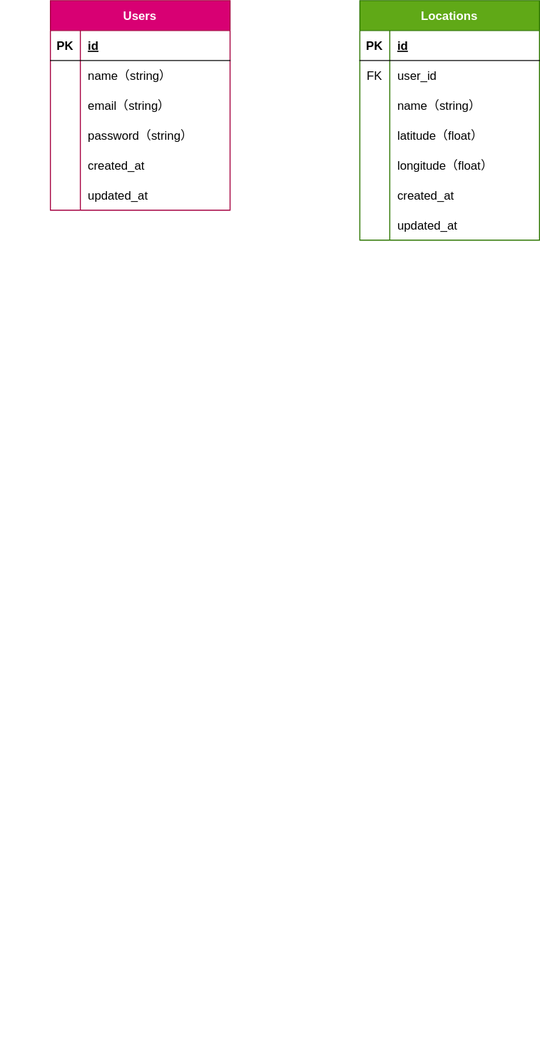
This is ER_diagram.drawio.svg from miki-hayashi-71/KABUNOMI, a draw.io export, as it was before one commit. Source tidied: cells renumbered, new cells last; positions are measured from the earlier drawing's top-left corner, leaving out a move shared by most shapes.
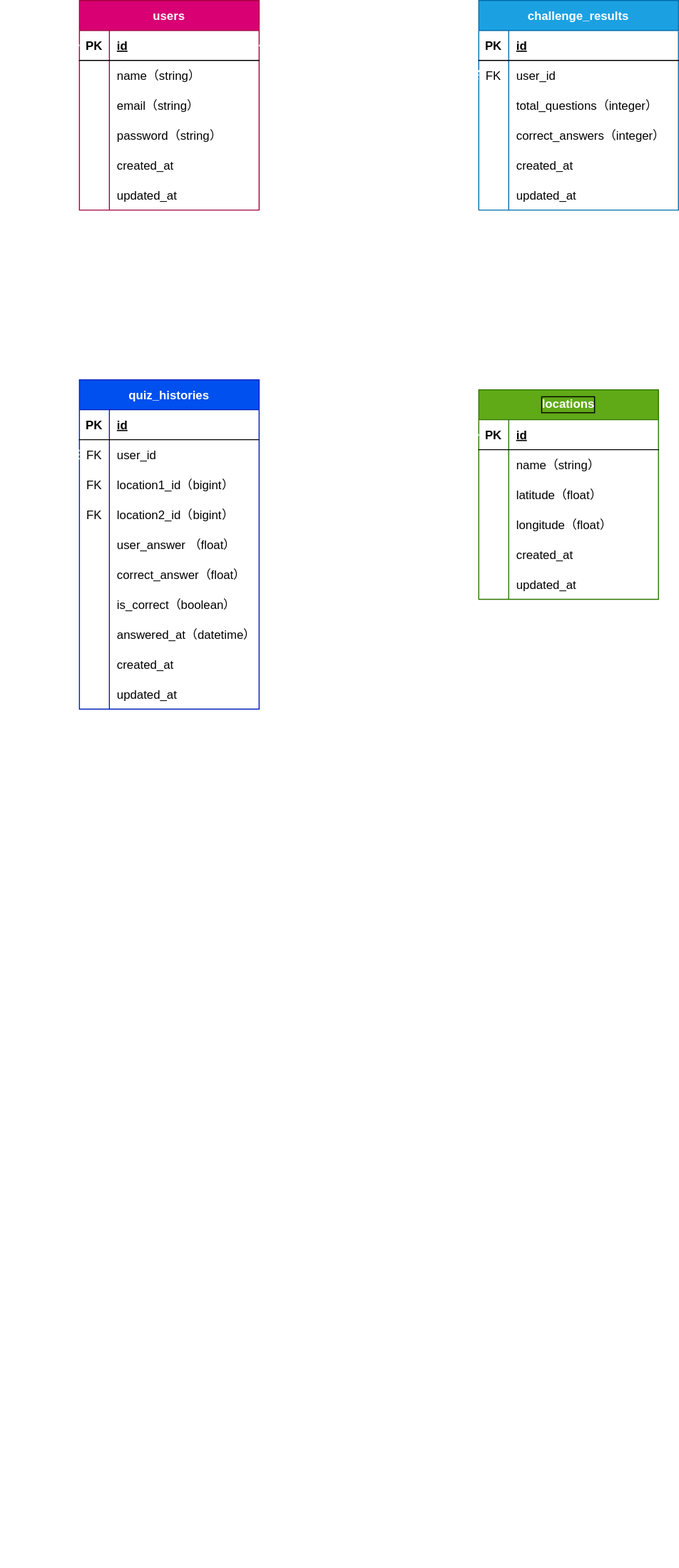
The same file after the commit.

Diff of the diagram source:
```diff
@@ -2,8 +2,8 @@
   <root>
     <mxCell id="0" />
     <mxCell id="1" parent="0" />
-    <mxCell id="2" value="Users" style="shape=table;startSize=30;rowLines=0;fontStyle=1;align=center;fillColor=#d80073;fontColor=#ffffff;strokeColor=#A50040;" parent="1" vertex="1">
-      <mxGeometry x="50" width="180" height="210" as="geometry" />
+    <mxCell id="2" value="users" style="shape=table;startSize=30;rowLines=0;fontStyle=1;align=center;fillColor=#d80073;strokeColor=#A50040;fontColor=#ffffff;" parent="1" vertex="1">
+      <mxGeometry x="30" y="-510" width="180" height="210" as="geometry" />
     </mxCell>
     <mxCell id="3" style="shape=tableRow;horizontal=0;startSize=0;swimlaneHead=0;swimlaneBody=0;fillColor=none;points=[[0,0.5],[1,0.5]];portConstraint=eastwest;top=0;left=0;right=0;bottom=1;" parent="2" vertex="1">
       <mxGeometry y="30" width="180" height="30" as="geometry" />
@@ -65,8 +65,8 @@
     <mxCell id="22" style="shape=partialRectangle;fillColor=none;top=0;left=0;bottom=0;right=0;overflow=hidden;" parent="1" vertex="1">
       <mxGeometry y="1030" width="30" height="30" as="geometry" />
     </mxCell>
-    <mxCell id="23" value="Locations" style="shape=table;startSize=30;rowLines=0;fontStyle=1;align=center;fillColor=#60a917;fontColor=#ffffff;strokeColor=#2D7600;" parent="1" vertex="1">
-      <mxGeometry x="360" width="180" height="240" as="geometry" />
+    <mxCell id="23" value="locations" style="shape=table;startSize=30;rowLines=0;fontStyle=1;align=center;fillColor=#60a917;strokeColor=#2D7600;whiteSpace=wrap;labelBorderColor=default;fontColor=#ffffff;" parent="1" vertex="1">
+      <mxGeometry x="430" y="-120" width="180" height="210" as="geometry" />
     </mxCell>
     <mxCell id="24" style="shape=tableRow;horizontal=0;startSize=0;swimlaneHead=0;swimlaneBody=0;fillColor=none;points=[[0,0.5],[1,0.5]];portConstraint=eastwest;top=0;left=0;right=0;bottom=1;" parent="23" vertex="1">
       <mxGeometry y="30" width="180" height="30" as="geometry" />
@@ -77,17 +77,8 @@
     <mxCell id="26" value="id" style="shape=partialRectangle;fillColor=none;top=0;left=0;bottom=0;right=0;align=left;spacingLeft=6;fontStyle=5;overflow=hidden;" parent="24" vertex="1">
       <mxGeometry x="30" width="150" height="30" as="geometry" />
     </mxCell>
-    <mxCell id="27" style="shape=tableRow;horizontal=0;startSize=0;swimlaneHead=0;swimlaneBody=0;fillColor=none;points=[[0,0.5],[1,0.5]];portConstraint=eastwest;top=0;left=0;right=0;bottom=0;" parent="23" vertex="1">
-      <mxGeometry y="60" width="180" height="30" as="geometry" />
-    </mxCell>
-    <mxCell id="28" value="FK" style="shape=partialRectangle;fillColor=none;top=0;left=0;bottom=0;right=0;overflow=hidden;" parent="27" vertex="1">
-      <mxGeometry width="30" height="30" as="geometry" />
-    </mxCell>
-    <mxCell id="29" value="user_id" style="shape=partialRectangle;fillColor=none;top=0;left=0;bottom=0;right=0;align=left;spacingLeft=6;overflow=hidden;" parent="27" vertex="1">
-      <mxGeometry x="30" width="150" height="30" as="geometry" />
-    </mxCell>
     <mxCell id="30" style="shape=tableRow;horizontal=0;startSize=0;swimlaneHead=0;swimlaneBody=0;fillColor=none;top=0;left=0;right=0;bottom=0;" parent="23" vertex="1">
-      <mxGeometry y="90" width="180" height="30" as="geometry" />
+      <mxGeometry y="60" width="180" height="30" as="geometry" />
     </mxCell>
     <mxCell id="31" style="shape=partialRectangle;fillColor=none;top=0;left=0;bottom=0;right=0;overflow=hidden;" parent="30" vertex="1">
       <mxGeometry width="30" height="30" as="geometry" />
@@ -96,7 +87,7 @@
       <mxGeometry x="30" width="150" height="30" as="geometry" />
     </mxCell>
     <mxCell id="33" style="shape=tableRow;horizontal=0;startSize=0;swimlaneHead=0;swimlaneBody=0;fillColor=none;top=0;left=0;right=0;bottom=0;" parent="23" vertex="1">
-      <mxGeometry y="120" width="180" height="30" as="geometry" />
+      <mxGeometry y="90" width="180" height="30" as="geometry" />
     </mxCell>
     <mxCell id="34" style="shape=partialRectangle;fillColor=none;top=0;left=0;bottom=0;right=0;overflow=hidden;" parent="33" vertex="1">
       <mxGeometry width="30" height="30" as="geometry" />
@@ -105,7 +96,7 @@
       <mxGeometry x="30" width="150" height="30" as="geometry" />
     </mxCell>
     <mxCell id="36" style="shape=tableRow;horizontal=0;startSize=0;swimlaneHead=0;swimlaneBody=0;fillColor=none;top=0;left=0;right=0;bottom=0;" parent="23" vertex="1">
-      <mxGeometry y="150" width="180" height="30" as="geometry" />
+      <mxGeometry y="120" width="180" height="30" as="geometry" />
     </mxCell>
     <mxCell id="37" style="shape=partialRectangle;fillColor=none;top=0;left=0;bottom=0;right=0;overflow=hidden;" parent="36" vertex="1">
       <mxGeometry width="30" height="30" as="geometry" />
@@ -114,7 +105,7 @@
       <mxGeometry x="30" width="150" height="30" as="geometry" />
     </mxCell>
     <mxCell id="39" style="shape=tableRow;horizontal=0;startSize=0;swimlaneHead=0;swimlaneBody=0;fillColor=none;top=0;left=0;right=0;bottom=0;" parent="23" vertex="1">
-      <mxGeometry y="180" width="180" height="30" as="geometry" />
+      <mxGeometry y="150" width="180" height="30" as="geometry" />
     </mxCell>
     <mxCell id="40" style="shape=partialRectangle;fillColor=none;top=0;left=0;bottom=0;right=0;overflow=hidden;" parent="39" vertex="1">
       <mxGeometry width="30" height="30" as="geometry" />
@@ -123,7 +114,7 @@
       <mxGeometry x="30" width="150" height="30" as="geometry" />
     </mxCell>
     <mxCell id="42" style="shape=tableRow;horizontal=0;startSize=0;swimlaneHead=0;swimlaneBody=0;fillColor=none;top=0;left=0;right=0;bottom=0;" parent="23" vertex="1">
-      <mxGeometry y="210" width="180" height="30" as="geometry" />
+      <mxGeometry y="180" width="180" height="30" as="geometry" />
     </mxCell>
     <mxCell id="43" style="shape=partialRectangle;fillColor=none;top=0;left=0;bottom=0;right=0;overflow=hidden;" parent="42" vertex="1">
       <mxGeometry width="30" height="30" as="geometry" />
@@ -131,5 +122,172 @@
     <mxCell id="44" value="updated_at" style="shape=partialRectangle;fillColor=none;top=0;left=0;bottom=0;right=0;align=left;spacingLeft=6;overflow=hidden;" parent="42" vertex="1">
       <mxGeometry x="30" width="150" height="30" as="geometry" />
     </mxCell>
+    <mxCell id="45" value="quiz_histories" style="shape=table;startSize=30;rowLines=0;fontStyle=1;align=center;fillColor=#0050ef;strokeColor=#001DBC;fontColor=#ffffff;" parent="1" vertex="1">
+      <mxGeometry x="30" y="-130" width="180" height="330" as="geometry" />
+    </mxCell>
+    <mxCell id="46" style="shape=tableRow;horizontal=0;startSize=0;swimlaneHead=0;swimlaneBody=0;fillColor=none;top=0;left=0;right=0;bottom=1;" parent="45" vertex="1">
+      <mxGeometry y="30" width="180" height="30" as="geometry" />
+    </mxCell>
+    <mxCell id="47" value="PK" style="shape=partialRectangle;fillColor=none;top=0;left=0;bottom=0;right=0;fontStyle=1;overflow=hidden;" parent="46" vertex="1">
+      <mxGeometry width="30" height="30" as="geometry" />
+    </mxCell>
+    <mxCell id="48" value="id" style="shape=partialRectangle;fillColor=none;top=0;left=0;bottom=0;right=0;align=left;spacingLeft=6;fontStyle=5;overflow=hidden;" parent="46" vertex="1">
+      <mxGeometry x="30" width="150" height="30" as="geometry" />
+    </mxCell>
+    <mxCell id="27" style="shape=tableRow;horizontal=0;startSize=0;swimlaneHead=0;swimlaneBody=0;fillColor=none;points=[[0,0.5],[1,0.5]];portConstraint=eastwest;top=0;left=0;right=0;bottom=0;" parent="45" vertex="1">
+      <mxGeometry y="60" width="180" height="30" as="geometry" />
+    </mxCell>
+    <mxCell id="49" value="FK" style="shape=partialRectangle;fillColor=none;top=0;left=0;bottom=0;right=0;overflow=hidden;" parent="27" vertex="1">
+      <mxGeometry width="30" height="30" as="geometry" />
+    </mxCell>
+    <mxCell id="29" value="user_id" style="shape=partialRectangle;fillColor=none;top=0;left=0;bottom=0;right=0;align=left;spacingLeft=6;overflow=hidden;" parent="27" vertex="1">
+      <mxGeometry x="30" width="150" height="30" as="geometry" />
+    </mxCell>
+    <mxCell id="50" style="shape=tableRow;horizontal=0;startSize=0;swimlaneHead=0;swimlaneBody=0;fillColor=none;points=[[0,0.5],[1,0.5]];portConstraint=eastwest;top=0;left=0;right=0;bottom=0;" parent="45" vertex="1">
+      <mxGeometry y="90" width="180" height="30" as="geometry" />
+    </mxCell>
+    <mxCell id="51" value="FK" style="shape=partialRectangle;fillColor=none;top=0;left=0;bottom=0;right=0;overflow=hidden;" parent="50" vertex="1">
+      <mxGeometry width="30" height="30" as="geometry" />
+    </mxCell>
+    <mxCell id="52" value="location1_id（bigint）" style="shape=partialRectangle;fillColor=none;top=0;left=0;bottom=0;right=0;align=left;spacingLeft=6;overflow=hidden;" parent="50" vertex="1">
+      <mxGeometry x="30" width="150" height="30" as="geometry" />
+    </mxCell>
+    <mxCell id="53" style="shape=tableRow;horizontal=0;startSize=0;swimlaneHead=0;swimlaneBody=0;fillColor=none;points=[[0,0.5],[1,0.5]];portConstraint=eastwest;top=0;left=0;right=0;bottom=0;" parent="45" vertex="1">
+      <mxGeometry y="120" width="180" height="30" as="geometry" />
+    </mxCell>
+    <mxCell id="54" value="FK" style="shape=partialRectangle;fillColor=none;top=0;left=0;bottom=0;right=0;overflow=hidden;" parent="53" vertex="1">
+      <mxGeometry width="30" height="30" as="geometry" />
+    </mxCell>
+    <mxCell id="55" value="location2_id（bigint）" style="shape=partialRectangle;fillColor=none;top=0;left=0;bottom=0;right=0;align=left;spacingLeft=6;overflow=hidden;" parent="53" vertex="1">
+      <mxGeometry x="30" width="150" height="30" as="geometry" />
+    </mxCell>
+    <mxCell id="56" style="shape=tableRow;horizontal=0;startSize=0;swimlaneHead=0;swimlaneBody=0;fillColor=none;top=0;left=0;right=0;bottom=0;" parent="45" vertex="1">
+      <mxGeometry y="150" width="180" height="30" as="geometry" />
+    </mxCell>
+    <mxCell id="57" style="shape=partialRectangle;fillColor=none;top=0;left=0;bottom=0;right=0;overflow=hidden;" parent="56" vertex="1">
+      <mxGeometry width="30" height="30" as="geometry" />
+    </mxCell>
+    <mxCell id="58" value="user_answer （float）" style="shape=partialRectangle;fillColor=none;top=0;left=0;bottom=0;right=0;align=left;spacingLeft=6;overflow=hidden;" parent="56" vertex="1">
+      <mxGeometry x="30" width="150" height="30" as="geometry" />
+    </mxCell>
+    <mxCell id="59" style="shape=tableRow;horizontal=0;startSize=0;swimlaneHead=0;swimlaneBody=0;fillColor=none;top=0;left=0;right=0;bottom=0;" parent="45" vertex="1">
+      <mxGeometry y="180" width="180" height="30" as="geometry" />
+    </mxCell>
+    <mxCell id="60" style="shape=partialRectangle;fillColor=none;top=0;left=0;bottom=0;right=0;overflow=hidden;" parent="59" vertex="1">
+      <mxGeometry width="30" height="30" as="geometry" />
+    </mxCell>
+    <mxCell id="61" value="correct_answer（float）" style="shape=partialRectangle;fillColor=none;top=0;left=0;bottom=0;right=0;align=left;spacingLeft=6;overflow=hidden;" parent="59" vertex="1">
+      <mxGeometry x="30" width="150" height="30" as="geometry" />
+    </mxCell>
+    <mxCell id="62" style="shape=tableRow;horizontal=0;startSize=0;swimlaneHead=0;swimlaneBody=0;fillColor=none;top=0;left=0;right=0;bottom=0;" parent="45" vertex="1">
+      <mxGeometry y="210" width="180" height="30" as="geometry" />
+    </mxCell>
+    <mxCell id="63" style="shape=partialRectangle;fillColor=none;top=0;left=0;bottom=0;right=0;overflow=hidden;" parent="62" vertex="1">
+      <mxGeometry width="30" height="30" as="geometry" />
+    </mxCell>
+    <mxCell id="64" value="is_correct（boolean）" style="shape=partialRectangle;fillColor=none;top=0;left=0;bottom=0;right=0;align=left;spacingLeft=6;overflow=hidden;" parent="62" vertex="1">
+      <mxGeometry x="30" width="150" height="30" as="geometry" />
+    </mxCell>
+    <mxCell id="65" style="shape=tableRow;horizontal=0;startSize=0;swimlaneHead=0;swimlaneBody=0;fillColor=none;top=0;left=0;right=0;bottom=0;" parent="45" vertex="1">
+      <mxGeometry y="240" width="180" height="30" as="geometry" />
+    </mxCell>
+    <mxCell id="66" style="shape=partialRectangle;fillColor=none;top=0;left=0;bottom=0;right=0;overflow=hidden;" parent="65" vertex="1">
+      <mxGeometry width="30" height="30" as="geometry" />
+    </mxCell>
+    <mxCell id="67" value="answered_at（datetime）" style="shape=partialRectangle;fillColor=none;top=0;left=0;bottom=0;right=0;align=left;spacingLeft=6;overflow=hidden;" parent="65" vertex="1">
+      <mxGeometry x="30" width="150" height="30" as="geometry" />
+    </mxCell>
+    <mxCell id="68" style="shape=tableRow;horizontal=0;startSize=0;swimlaneHead=0;swimlaneBody=0;fillColor=none;top=0;left=0;right=0;bottom=0;" parent="45" vertex="1">
+      <mxGeometry y="270" width="180" height="30" as="geometry" />
+    </mxCell>
+    <mxCell id="69" style="shape=partialRectangle;fillColor=none;top=0;left=0;bottom=0;right=0;overflow=hidden;" parent="68" vertex="1">
+      <mxGeometry width="30" height="30" as="geometry" />
+    </mxCell>
+    <mxCell id="70" value="created_at" style="shape=partialRectangle;fillColor=none;top=0;left=0;bottom=0;right=0;align=left;spacingLeft=6;overflow=hidden;" parent="68" vertex="1">
+      <mxGeometry x="30" width="150" height="30" as="geometry" />
+    </mxCell>
+    <mxCell id="71" style="shape=tableRow;horizontal=0;startSize=0;swimlaneHead=0;swimlaneBody=0;fillColor=none;top=0;left=0;right=0;bottom=0;" parent="45" vertex="1">
+      <mxGeometry y="300" width="180" height="30" as="geometry" />
+    </mxCell>
+    <mxCell id="72" style="shape=partialRectangle;fillColor=none;top=0;left=0;bottom=0;right=0;overflow=hidden;" parent="71" vertex="1">
+      <mxGeometry width="30" height="30" as="geometry" />
+    </mxCell>
+    <mxCell id="73" value="updated_at" style="shape=partialRectangle;fillColor=none;top=0;left=0;bottom=0;right=0;align=left;spacingLeft=6;overflow=hidden;" parent="71" vertex="1">
+      <mxGeometry x="30" width="150" height="30" as="geometry" />
+    </mxCell>
+    <mxCell id="74" value="challenge_results" style="shape=table;startSize=30;rowLines=0;fontStyle=1;align=center;fillColor=#1ba1e2;strokeColor=#006EAF;fontColor=#ffffff;" parent="1" vertex="1">
+      <mxGeometry x="430" y="-510" width="200" height="210" as="geometry" />
+    </mxCell>
+    <mxCell id="75" style="shape=tableRow;horizontal=0;startSize=0;swimlaneHead=0;swimlaneBody=0;fillColor=none;top=0;left=0;right=0;bottom=1;" parent="74" vertex="1">
+      <mxGeometry y="30" width="200" height="30" as="geometry" />
+    </mxCell>
+    <mxCell id="76" value="PK" style="shape=partialRectangle;fillColor=none;top=0;left=0;bottom=0;right=0;fontStyle=1;overflow=hidden;" parent="75" vertex="1">
+      <mxGeometry width="30" height="30" as="geometry" />
+    </mxCell>
+    <mxCell id="77" value="id" style="shape=partialRectangle;fillColor=none;top=0;left=0;bottom=0;right=0;align=left;spacingLeft=6;fontStyle=5;overflow=hidden;" parent="75" vertex="1">
+      <mxGeometry x="30" width="170" height="30" as="geometry" />
+    </mxCell>
+    <mxCell id="78" style="shape=tableRow;horizontal=0;startSize=0;swimlaneHead=0;swimlaneBody=0;fillColor=none;points=[[0,0.5],[1,0.5]];portConstraint=eastwest;top=0;left=0;right=0;bottom=0;" parent="74" vertex="1">
+      <mxGeometry y="60" width="200" height="30" as="geometry" />
+    </mxCell>
+    <mxCell id="79" value="FK" style="shape=partialRectangle;fillColor=none;top=0;left=0;bottom=0;right=0;overflow=hidden;" parent="78" vertex="1">
+      <mxGeometry width="30" height="30" as="geometry" />
+    </mxCell>
+    <mxCell id="80" value="user_id" style="shape=partialRectangle;fillColor=none;top=0;left=0;bottom=0;right=0;align=left;spacingLeft=6;overflow=hidden;" parent="78" vertex="1">
+      <mxGeometry x="30" width="170" height="30" as="geometry" />
+    </mxCell>
+    <mxCell id="81" style="shape=tableRow;horizontal=0;startSize=0;swimlaneHead=0;swimlaneBody=0;fillColor=none;top=0;left=0;right=0;bottom=0;" parent="74" vertex="1">
+      <mxGeometry y="90" width="200" height="30" as="geometry" />
+    </mxCell>
+    <mxCell id="82" style="shape=partialRectangle;fillColor=none;top=0;left=0;bottom=0;right=0;overflow=hidden;" parent="81" vertex="1">
+      <mxGeometry width="30" height="30" as="geometry" />
+    </mxCell>
+    <mxCell id="83" value="total_questions（integer）" style="shape=partialRectangle;fillColor=none;top=0;left=0;bottom=0;right=0;align=left;spacingLeft=6;overflow=hidden;" parent="81" vertex="1">
+      <mxGeometry x="30" width="170" height="30" as="geometry" />
+    </mxCell>
+    <mxCell id="84" style="shape=tableRow;horizontal=0;startSize=0;swimlaneHead=0;swimlaneBody=0;fillColor=none;top=0;left=0;right=0;bottom=0;" parent="74" vertex="1">
+      <mxGeometry y="120" width="200" height="30" as="geometry" />
+    </mxCell>
+    <mxCell id="85" style="shape=partialRectangle;fillColor=none;top=0;left=0;bottom=0;right=0;overflow=hidden;" parent="84" vertex="1">
+      <mxGeometry width="30" height="30" as="geometry" />
+    </mxCell>
+    <mxCell id="86" value="correct_answers（integer）" style="shape=partialRectangle;fillColor=none;top=0;left=0;bottom=0;right=0;align=left;spacingLeft=6;overflow=hidden;" parent="84" vertex="1">
+      <mxGeometry x="30" width="170" height="30" as="geometry" />
+    </mxCell>
+    <mxCell id="87" style="shape=tableRow;horizontal=0;startSize=0;swimlaneHead=0;swimlaneBody=0;fillColor=none;top=0;left=0;right=0;bottom=0;" parent="74" vertex="1">
+      <mxGeometry y="150" width="200" height="30" as="geometry" />
+    </mxCell>
+    <mxCell id="88" style="shape=partialRectangle;fillColor=none;top=0;left=0;bottom=0;right=0;overflow=hidden;" parent="87" vertex="1">
+      <mxGeometry width="30" height="30" as="geometry" />
+    </mxCell>
+    <mxCell id="89" value="created_at" style="shape=partialRectangle;fillColor=none;top=0;left=0;bottom=0;right=0;align=left;spacingLeft=6;overflow=hidden;" parent="87" vertex="1">
+      <mxGeometry x="30" width="170" height="30" as="geometry" />
+    </mxCell>
+    <mxCell id="90" style="shape=tableRow;horizontal=0;startSize=0;swimlaneHead=0;swimlaneBody=0;fillColor=none;top=0;left=0;right=0;bottom=0;" parent="74" vertex="1">
+      <mxGeometry y="180" width="200" height="30" as="geometry" />
+    </mxCell>
+    <mxCell id="91" style="shape=partialRectangle;fillColor=none;top=0;left=0;bottom=0;right=0;overflow=hidden;" parent="90" vertex="1">
+      <mxGeometry width="30" height="30" as="geometry" />
+    </mxCell>
+    <mxCell id="92" value="updated_at" style="shape=partialRectangle;fillColor=none;top=0;left=0;bottom=0;right=0;align=left;spacingLeft=6;overflow=hidden;" parent="90" vertex="1">
+      <mxGeometry x="30" width="170" height="30" as="geometry" />
+    </mxCell>
+    <mxCell id="93" style="fontSize=12;html=1;endArrow=ERone;endFill=1;fontColor=#000000;startArrow=ERzeroToMany;startFill=0;fillColor=#e3c800;strokeColor=#FFFFFF;strokeWidth=2;exitX=0;exitY=0.5;exitDx=0;exitDy=0;entryX=0;entryY=0.5;entryDx=0;entryDy=0;" parent="1" edge="1" source="27" target="3">
+      <mxGeometry relative="1" as="geometry">
+        <Array as="points">
+          <mxPoint x="-40" y="-55" />
+          <mxPoint x="-40" y="-465" />
+        </Array>
+      </mxGeometry>
+    </mxCell>
+    <mxCell id="94" style="fontSize=12;html=1;endArrow=ERone;endFill=1;fontColor=#000000;startArrow=ERzeroToMany;startFill=0;fillColor=#e3c800;strokeColor=#FFFFFF;strokeWidth=2;exitX=0;exitY=0.5;exitDx=0;exitDy=0;entryX=1;entryY=0.5;entryDx=0;entryDy=0;" parent="1" edge="1" source="78" target="3">
+      <mxGeometry relative="1" as="geometry" />
+    </mxCell>
+    <mxCell id="95" style="fontSize=12;html=1;endArrow=ERone;endFill=1;fontColor=#000000;startArrow=ERmany;startFill=0;fillColor=#e3c800;strokeColor=#FFFFFF;strokeWidth=2;exitX=1.023;exitY=0.253;exitDx=0;exitDy=0;entryX=0;entryY=0.5;entryDx=0;entryDy=0;exitPerimeter=0;" parent="1" edge="1" source="50" target="24">
+      <mxGeometry relative="1" as="geometry" />
+    </mxCell>
+    <mxCell id="96" style="fontSize=12;html=1;endArrow=ERone;endFill=1;fontColor=#000000;startArrow=ERmany;startFill=0;fillColor=#e3c800;strokeColor=#FFFFFF;strokeWidth=2;exitX=1.018;exitY=0.286;exitDx=0;exitDy=0;entryX=0;entryY=0.5;entryDx=0;entryDy=0;exitPerimeter=0;" parent="1" edge="1" source="53" target="24">
+      <mxGeometry relative="1" as="geometry" />
+    </mxCell>
   </root>
 </mxGraphModel>
```
